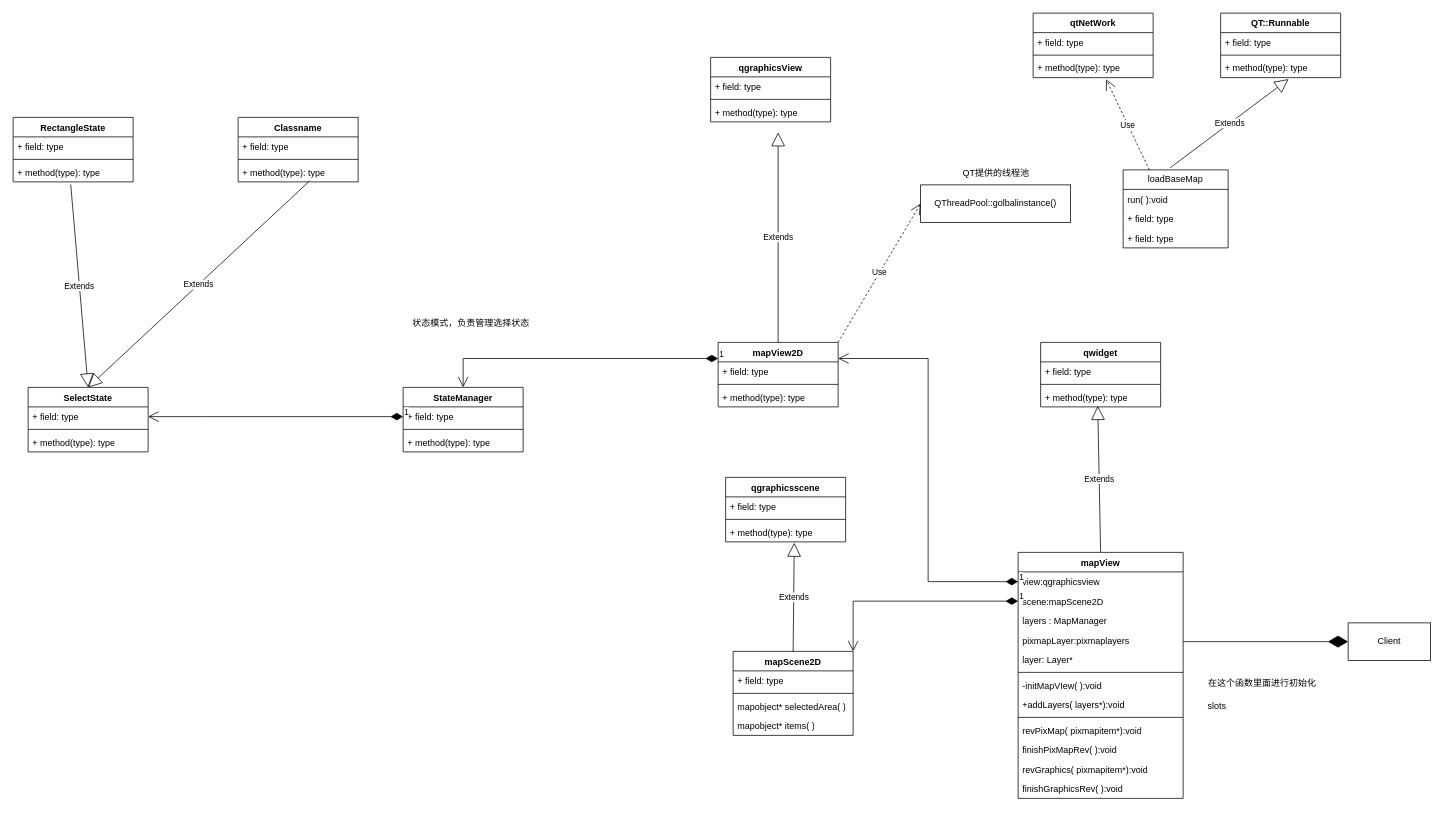
leanderlxl/QArcgis keeps this draw.io diagram as readme/mapViewer.drawio. Above is the earlier version. Source tidied: cells renumbered, new cells numbered last; positions are measured from the earlier drawing's top-left corner, leaving out a move shared by most shapes. Both pictures are drawn from the tidied source at 75%, with x=0, y=0 at pixel (13, 13).
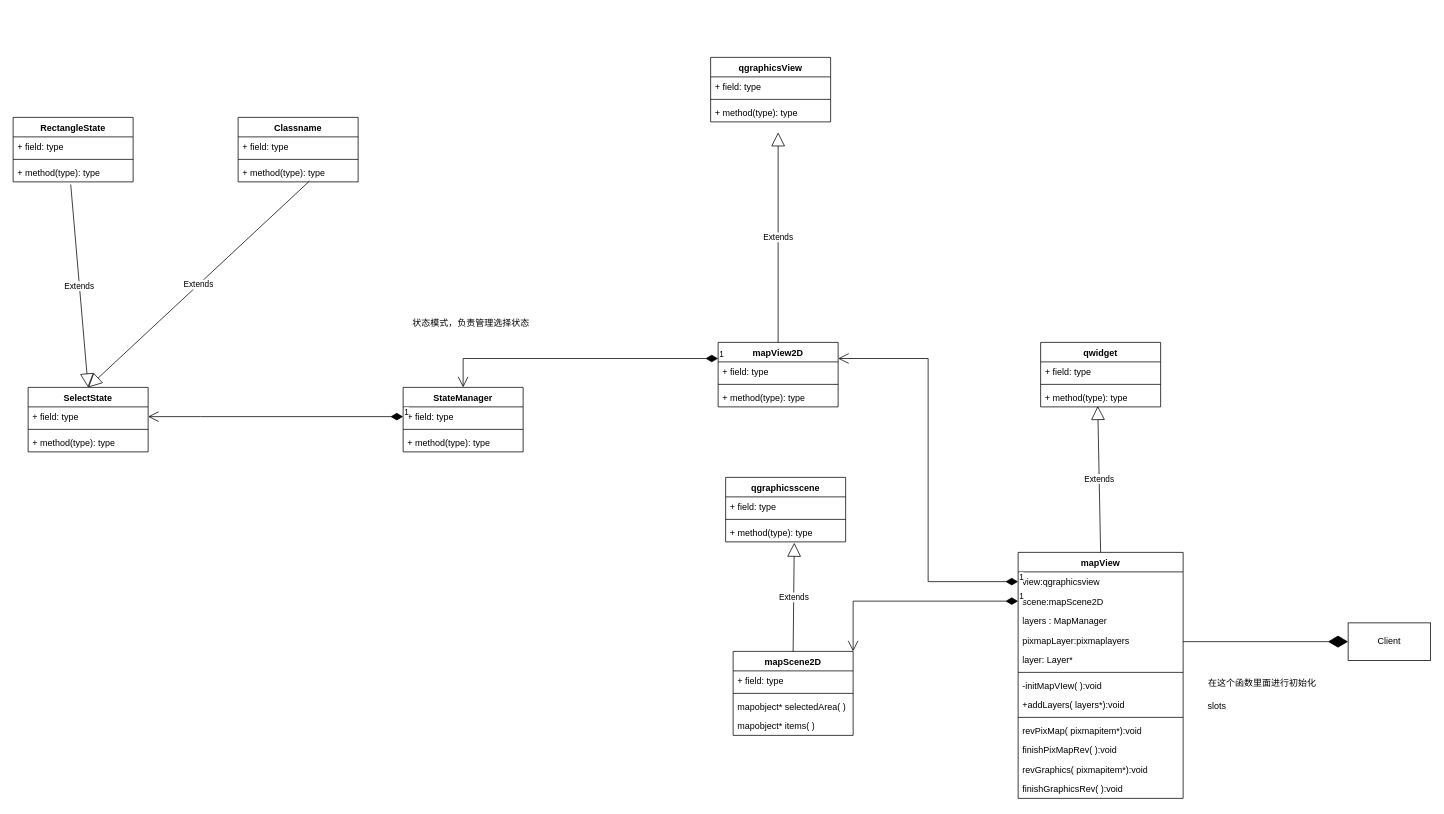
The same diagram, later.

Unchanged cells that the change refers to:
```xml
<mxCell id="50" value="mapView2D" style="swimlane;fontStyle=1;align=center;verticalAlign=top;horizontal=1;startSize=26;whiteSpace=wrap;html=1;" parent="1" vertex="1">
  <mxGeometry x="940" y="439" width="160" height="86" as="geometry" />
</mxCell>
```

Diff of the diagram source:
```diff
@@
-    <mxCell id="4" value="QThreadPool::golbalinstance()" style="html=1;whiteSpace=wrap;" parent="1" vertex="1">
-      <mxGeometry x="1210" y="229" width="200" height="50" as="geometry" />
-    </mxCell>
-    <mxCell id="5" value="QT提供的线程池" style="text;html=1;align=center;verticalAlign=middle;strokeColor=none;fillColor=none;" parent="1" vertex="1">
-      <mxGeometry x="1255" y="199" width="110" height="30" as="geometry" />
-    </mxCell>
@@
-    <mxCell id="32" value="loadBaseMap" style="swimlane;fontStyle=0;horizontal=1;startSize=26;fillColor=none;whiteSpace=wrap;html=1;" parent="1" vertex="1">
-      <mxGeometry x="1480" y="209" width="140" height="104" as="geometry" />
-    </mxCell>
-    <mxCell id="33" value="run( ):void" style="text;strokeColor=none;fillColor=none;align=left;verticalAlign=top;spacingLeft=4;spacingRight=4;overflow=hidden;whiteSpace=wrap;html=1;" parent="32" vertex="1">
-      <mxGeometry y="26" width="140" height="26" as="geometry" />
-    </mxCell>
-    <mxCell id="34" value="+ field: type" style="text;strokeColor=none;fillColor=none;align=left;verticalAlign=top;spacingLeft=4;spacingRight=4;overflow=hidden;whiteSpace=wrap;html=1;" parent="32" vertex="1">
-      <mxGeometry y="52" width="140" height="26" as="geometry" />
-    </mxCell>
-    <mxCell id="35" value="+ field: type" style="text;strokeColor=none;fillColor=none;align=left;verticalAlign=top;spacingLeft=4;spacingRight=4;overflow=hidden;whiteSpace=wrap;html=1;" parent="32" vertex="1">
-      <mxGeometry y="78" width="140" height="26" as="geometry" />
-    </mxCell>
-    <mxCell id="36" value="QT::Runnable" style="swimlane;fontStyle=1;align=center;verticalAlign=top;horizontal=1;startSize=26;whiteSpace=wrap;html=1;" parent="1" vertex="1">
-      <mxGeometry x="1610" width="160" height="86" as="geometry" />
-    </mxCell>
-    <mxCell id="37" value="+ field: type" style="text;strokeColor=none;fillColor=none;align=left;verticalAlign=top;spacingLeft=4;spacingRight=4;overflow=hidden;whiteSpace=wrap;html=1;" parent="36" vertex="1">
-      <mxGeometry y="26" width="160" height="26" as="geometry" />
-    </mxCell>
-    <mxCell id="38" style="line;strokeWidth=1;fillColor=none;align=left;verticalAlign=middle;spacingTop=-1;spacingLeft=3;spacingRight=3;labelPosition=right;strokeColor=inherit;" parent="36" vertex="1">
-      <mxGeometry y="52" width="160" height="8" as="geometry" />
-    </mxCell>
-    <mxCell id="39" value="+ method(type): type" style="text;strokeColor=none;fillColor=none;align=left;verticalAlign=top;spacingLeft=4;spacingRight=4;overflow=hidden;points=[[0,0.5],[1,0.5]];portConstraint=eastwest;whiteSpace=wrap;html=1;" parent="36" vertex="1">
-      <mxGeometry y="60" width="160" height="26" as="geometry" />
-    </mxCell>
-    <mxCell id="40" value="Extends" style="endArrow=block;endSize=16;endFill=0;html=1;rounded=0;entryX=0.566;entryY=1.077;entryDx=0;entryDy=0;entryPerimeter=0;exitX=0.449;exitY=-0.028;exitDx=0;exitDy=0;exitPerimeter=0;" parent="1" edge="1" source="32" target="39">
-      <mxGeometry relative="1" as="geometry" />
-    </mxCell>
-    <mxCell id="41" value="qtNetWork" style="swimlane;fontStyle=1;align=center;verticalAlign=top;horizontal=1;startSize=26;whiteSpace=wrap;html=1;" parent="1" vertex="1">
-      <mxGeometry x="1360" width="160" height="86" as="geometry" />
-    </mxCell>
-    <mxCell id="42" value="+ field: type" style="text;strokeColor=none;fillColor=none;align=left;verticalAlign=top;spacingLeft=4;spacingRight=4;overflow=hidden;whiteSpace=wrap;html=1;" parent="41" vertex="1">
-      <mxGeometry y="26" width="160" height="26" as="geometry" />
-    </mxCell>
-    <mxCell id="43" style="line;strokeWidth=1;fillColor=none;align=left;verticalAlign=middle;spacingTop=-1;spacingLeft=3;spacingRight=3;labelPosition=right;strokeColor=inherit;" parent="41" vertex="1">
-      <mxGeometry y="52" width="160" height="8" as="geometry" />
-    </mxCell>
-    <mxCell id="44" value="+ method(type): type" style="text;strokeColor=none;fillColor=none;align=left;verticalAlign=top;spacingLeft=4;spacingRight=4;overflow=hidden;points=[[0,0.5],[1,0.5]];portConstraint=eastwest;whiteSpace=wrap;html=1;" parent="41" vertex="1">
-      <mxGeometry y="60" width="160" height="26" as="geometry" />
-    </mxCell>
-    <mxCell id="45" value="Use" style="endArrow=open;endSize=12;dashed=1;html=1;rounded=0;entryX=0.609;entryY=1.09;entryDx=0;entryDy=0;entryPerimeter=0;exitX=0.25;exitY=0;exitDx=0;exitDy=0;" parent="1" edge="1" source="32" target="44">
-      <mxGeometry relative="1" as="geometry" />
-    </mxCell>
@@
-    <mxCell id="57" value="Use" style="endArrow=open;endSize=12;dashed=1;html=1;rounded=0;entryX=0;entryY=0.5;entryDx=0;entryDy=0;exitX=1;exitY=0;exitDx=0;exitDy=0;" parent="1" edge="1" source="50" target="4">
-      <mxGeometry relative="1" as="geometry" />
-    </mxCell>
```
